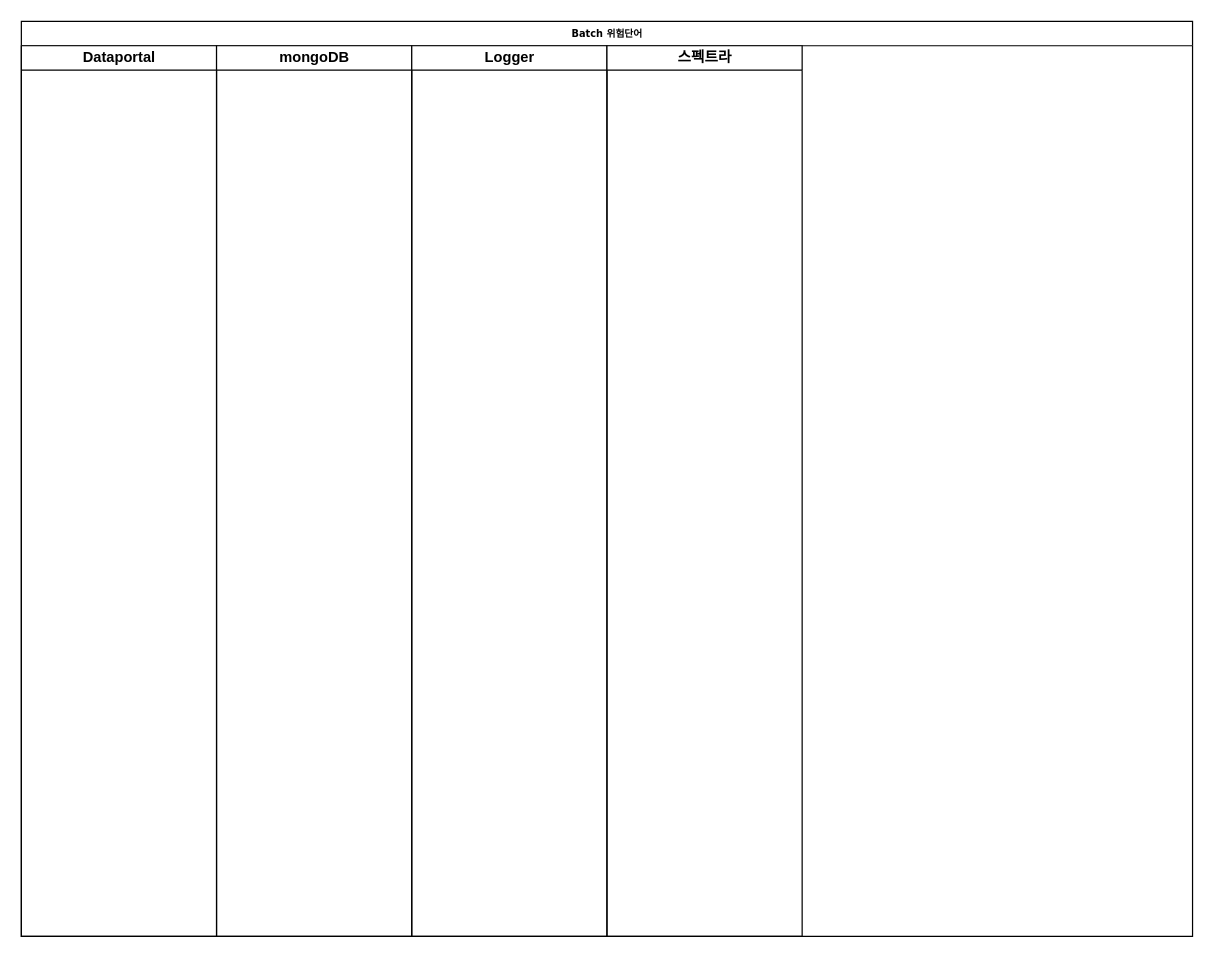
Above: page "실패컨텐츠" (2 of 2) of 배치.drawio in dongyoupkim/kdycorp (draw.io), before the change. Source tidied: cells renumbered, new cells numbered last; positions are measured from the earlier drawing's top-left corner, leaving out a move shared by most shapes. Both pictures are drawn from the tidied source at 122%, with x=0, y=0 at pixel (21, 21).
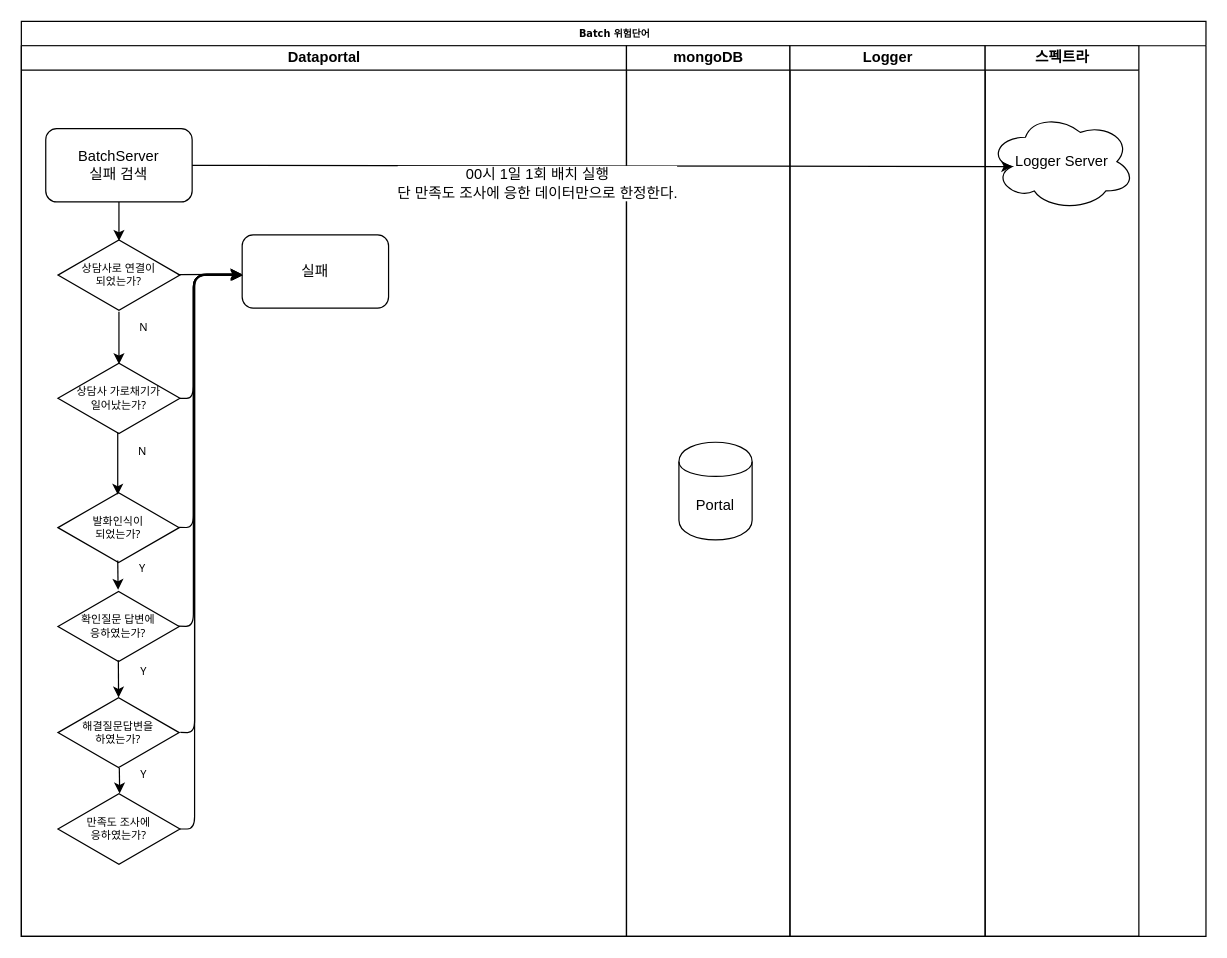
The same page after the edit.

Commit message:
배치.drawio 업데이트

Diff of the diagram source:
```diff
@@
     <mxCell id="2" value="Batch 위험단어" style="swimlane;html=1;startSize=20;rounded=0;shadow=0;labelBackgroundColor=none;strokeColor=#000000;strokeWidth=1;fillColor=#ffffff;fontFamily=Verdana;fontSize=8;fontColor=#000000;align=center;" parent="1" vertex="1">
-      <mxGeometry width="960" height="750" as="geometry" />
+      <mxGeometry width="971" height="750" as="geometry" />
     </mxCell>
     <mxCell id="3" value="Dataportal" style="swimlane;html=1;startSize=20;" parent="2" vertex="1">
-      <mxGeometry y="20" width="160" height="730" as="geometry" />
+      <mxGeometry y="20" width="496" height="730" as="geometry" />
     </mxCell>
+    <mxCell id="7" value="상담사로 연결이&lt;br&gt;되었는가?" style="html=1;whiteSpace=wrap;shape=isoRectangle;fontFamily=Tahoma;fontSize=9;" parent="3" vertex="1">
+      <mxGeometry x="30" y="158" width="100" height="60" as="geometry" />
+    </mxCell>
+    <mxCell id="8" value="상담사 가로채기가&lt;br&gt;일어났는가?" style="html=1;whiteSpace=wrap;shape=isoRectangle;fontFamily=Tahoma;fontSize=9;" parent="3" vertex="1">
+      <mxGeometry x="30" y="259" width="100" height="60" as="geometry" />
+    </mxCell>
+    <mxCell id="9" value="해결질문답변을&lt;br&gt;하였는가?" style="html=1;whiteSpace=wrap;shape=isoRectangle;fontFamily=Tahoma;fontSize=9;" parent="3" vertex="1">
+      <mxGeometry x="30" y="533" width="99.4" height="60" as="geometry" />
+    </mxCell>
+    <mxCell id="10" value="만족도 조사에&lt;br&gt;응하였는가?" style="html=1;whiteSpace=wrap;shape=isoRectangle;fontFamily=Tahoma;fontSize=9;" parent="3" vertex="1">
+      <mxGeometry x="30" y="612" width="100" height="60" as="geometry" />
+    </mxCell>
+    <mxCell id="11" value="N" style="endArrow=classic;html=1;fontFamily=Tahoma;fontSize=9;entryX=0.5;entryY=0.033;entryDx=0;entryDy=0;entryPerimeter=0;" parent="3" edge="1" source="7" target="8">
+      <mxGeometry x="-0.38" y="20" relative="1" as="geometry" />
+    </mxCell>
+    <mxCell id="12" value="확인질문 답변에 &lt;br&gt;응하였는가?" style="html=1;whiteSpace=wrap;shape=isoRectangle;fontFamily=Tahoma;fontSize=9;" parent="3" vertex="1">
+      <mxGeometry x="30" y="446" width="99.4" height="60" as="geometry" />
+    </mxCell>
+    <mxCell id="13" value="발화인식이&lt;br&gt;되었는가?" style="html=1;whiteSpace=wrap;shape=isoRectangle;fontFamily=Tahoma;fontSize=9;" parent="3" vertex="1">
+      <mxGeometry x="30" y="365" width="99.4" height="60" as="geometry" />
+    </mxCell>
+    <mxCell id="14" value="N" style="endArrow=classic;html=1;fontFamily=Tahoma;fontSize=9;entryX=0.493;entryY=0.05;entryDx=0;entryDy=0;entryPerimeter=0;exitX=0.49;exitY=0.967;exitDx=0;exitDy=0;exitPerimeter=0;" parent="3" edge="1" source="8" target="13">
+      <mxGeometry x="-0.38" y="20" relative="1" as="geometry" />
+    </mxCell>
+    <mxCell id="15" value="Y" style="endArrow=classic;html=1;fontFamily=Tahoma;fontSize=9;exitX=0.493;exitY=0.95;exitDx=0;exitDy=0;exitPerimeter=0;" parent="3" edge="1" source="13" target="12">
+      <mxGeometry x="-0.38" y="20" relative="1" as="geometry" />
+    </mxCell>
+    <mxCell id="16" value="Y" style="endArrow=classic;html=1;fontFamily=Tahoma;fontSize=9;exitX=0.498;exitY=0.962;exitDx=0;exitDy=0;exitPerimeter=0;entryX=0.5;entryY=0.021;entryDx=0;entryDy=0;entryPerimeter=0;" parent="3" edge="1" source="12" target="9">
+      <mxGeometry x="-0.38" y="20" relative="1" as="geometry" />
+    </mxCell>
+    <mxCell id="17" value="Y" style="endArrow=classic;html=1;fontFamily=Tahoma;fontSize=9;exitX=0.506;exitY=0.984;exitDx=0;exitDy=0;exitPerimeter=0;entryX=0.506;entryY=0.015;entryDx=0;entryDy=0;entryPerimeter=0;" parent="3" edge="1" source="9" target="10">
+      <mxGeometry x="-0.38" y="20" relative="1" as="geometry" />
+    </mxCell>
+    <mxCell id="18" value="실패" style="rounded=1;whiteSpace=wrap;html=1;" parent="3" vertex="1">
+      <mxGeometry x="181" y="155" width="120" height="60" as="geometry" />
+    </mxCell>
+    <mxCell id="19" style="endArrow=classic;html=1;exitX=0.983;exitY=0.493;exitDx=0;exitDy=0;exitPerimeter=0;entryX=-0.001;entryY=0.539;entryDx=0;entryDy=0;entryPerimeter=0;" parent="3" edge="1" source="7" target="18">
+      <mxGeometry relative="1" as="geometry" />
+    </mxCell>
+    <mxCell id="20" style="endArrow=classic;html=1;exitX=1;exitY=0.483;exitDx=0;exitDy=0;exitPerimeter=0;entryX=0.001;entryY=0.535;entryDx=0;entryDy=0;entryPerimeter=0;" parent="3" edge="1">
+      <mxGeometry relative="1" as="geometry">
+        <mxPoint x="130" y="289" as="sourcePoint" />
+        <mxPoint x="181.1" y="188.1" as="targetPoint" />
+        <Array as="points">
+          <mxPoint x="141" y="289" />
+          <mxPoint x="141" y="188" />
+        </Array>
+      </mxGeometry>
+    </mxCell>
+    <mxCell id="21" style="endArrow=classic;html=1;exitX=0.999;exitY=0.496;exitDx=0;exitDy=0;exitPerimeter=0;entryX=0.001;entryY=0.55;entryDx=0;entryDy=0;entryPerimeter=0;" parent="3" edge="1" source="13" target="18">
+      <mxGeometry relative="1" as="geometry">
+        <Array as="points">
+          <mxPoint x="141" y="395" />
+          <mxPoint x="141" y="188" />
+        </Array>
+      </mxGeometry>
+    </mxCell>
+    <mxCell id="22" style="endArrow=classic;html=1;entryX=0.005;entryY=0.552;entryDx=0;entryDy=0;entryPerimeter=0;exitX=0.993;exitY=0.496;exitDx=0;exitDy=0;exitPerimeter=0;" parent="3" edge="1" source="12" target="18">
+      <mxGeometry relative="1" as="geometry">
+        <Array as="points">
+          <mxPoint x="141" y="476" />
+          <mxPoint x="141" y="188" />
+        </Array>
+      </mxGeometry>
+    </mxCell>
+    <mxCell id="23" style="endArrow=classic;html=1;entryX=-0.006;entryY=0.534;entryDx=0;entryDy=0;entryPerimeter=0;exitX=1.009;exitY=0.498;exitDx=0;exitDy=0;exitPerimeter=0;" parent="3" edge="1" source="9" target="18">
+      <mxGeometry relative="1" as="geometry">
+        <Array as="points">
+          <mxPoint x="142" y="563" />
+          <mxPoint x="142" y="187" />
+        </Array>
+      </mxGeometry>
+    </mxCell>
     <mxCell id="4" value="mongoDB" style="swimlane;html=1;startSize=20;" parent="2" vertex="1">
-      <mxGeometry x="160" y="20" width="160" height="730" as="geometry" />
+      <mxGeometry x="496" y="20" width="134" height="730" as="geometry" />
     </mxCell>
+    <mxCell id="24" value="Portal" style="shape=cylinder;whiteSpace=wrap;html=1;boundedLbl=1;backgroundOutline=1;" parent="4" vertex="1">
+      <mxGeometry x="43" y="325" width="60" height="80" as="geometry" />
+    </mxCell>
     <mxCell id="5" value="Logger" style="swimlane;html=1;startSize=20;" parent="2" vertex="1">
-      <mxGeometry x="320" y="20" width="160" height="730" as="geometry" />
+      <mxGeometry x="630" y="20" width="160" height="730" as="geometry" />
     </mxCell>
     <mxCell id="6" value="스펙트라" style="swimlane;html=1;startSize=20;" parent="2" vertex="1">
-      <mxGeometry x="480" y="20" width="160" height="730" as="geometry" />
+      <mxGeometry x="790" y="20" width="126" height="730" as="geometry" />
     </mxCell>
+    <mxCell id="25" value="Logger Server" style="ellipse;shape=cloud;whiteSpace=wrap;html=1;" parent="6" vertex="1">
+      <mxGeometry x="3" y="55" width="120" height="80" as="geometry" />
+    </mxCell>
+    <mxCell id="26" value="BatchServer&lt;br&gt;실패 검색" style="rounded=1;whiteSpace=wrap;html=1;" parent="1" vertex="1">
+      <mxGeometry x="20" y="88" width="120" height="60" as="geometry" />
+    </mxCell>
+    <mxCell id="27" style="endArrow=classic;html=1;fontFamily=Tahoma;fontSize=9;entryX=0.5;entryY=0.033;entryDx=0;entryDy=0;entryPerimeter=0;exitX=0.5;exitY=1;exitDx=0;exitDy=0;" parent="1" edge="1" source="26" target="7">
+      <mxGeometry relative="1" as="geometry" />
+    </mxCell>
+    <mxCell id="28" style="endArrow=classic;html=1;entryX=0.16;entryY=0.55;entryDx=0;entryDy=0;entryPerimeter=0;exitX=1;exitY=0.5;exitDx=0;exitDy=0;" parent="1" edge="1" source="26" target="25">
+      <mxGeometry relative="1" as="geometry" />
+    </mxCell>
+    <mxCell id="29" value="00시 1일 1회 배치 실행&lt;br&gt;단 만족도 조사에 응한 데이터만으로 한정한다." style="text;html=1;align=center;verticalAlign=middle;labelBackgroundColor=#ffffff;" parent="28" vertex="1">
+      <mxGeometry x="-0.19" y="-1" relative="1" as="geometry">
+        <mxPoint x="11" y="13" as="offset" />
+      </mxGeometry>
+    </mxCell>
+    <mxCell id="30" style="endArrow=classic;html=1;entryX=-0.006;entryY=0.55;entryDx=0;entryDy=0;entryPerimeter=0;" parent="1" edge="1" target="18">
+      <mxGeometry relative="1" as="geometry">
+        <mxPoint x="130" y="662" as="sourcePoint" />
+        <Array as="points">
+          <mxPoint x="142" y="662" />
+          <mxPoint x="142" y="208" />
+        </Array>
+      </mxGeometry>
+    </mxCell>
```
